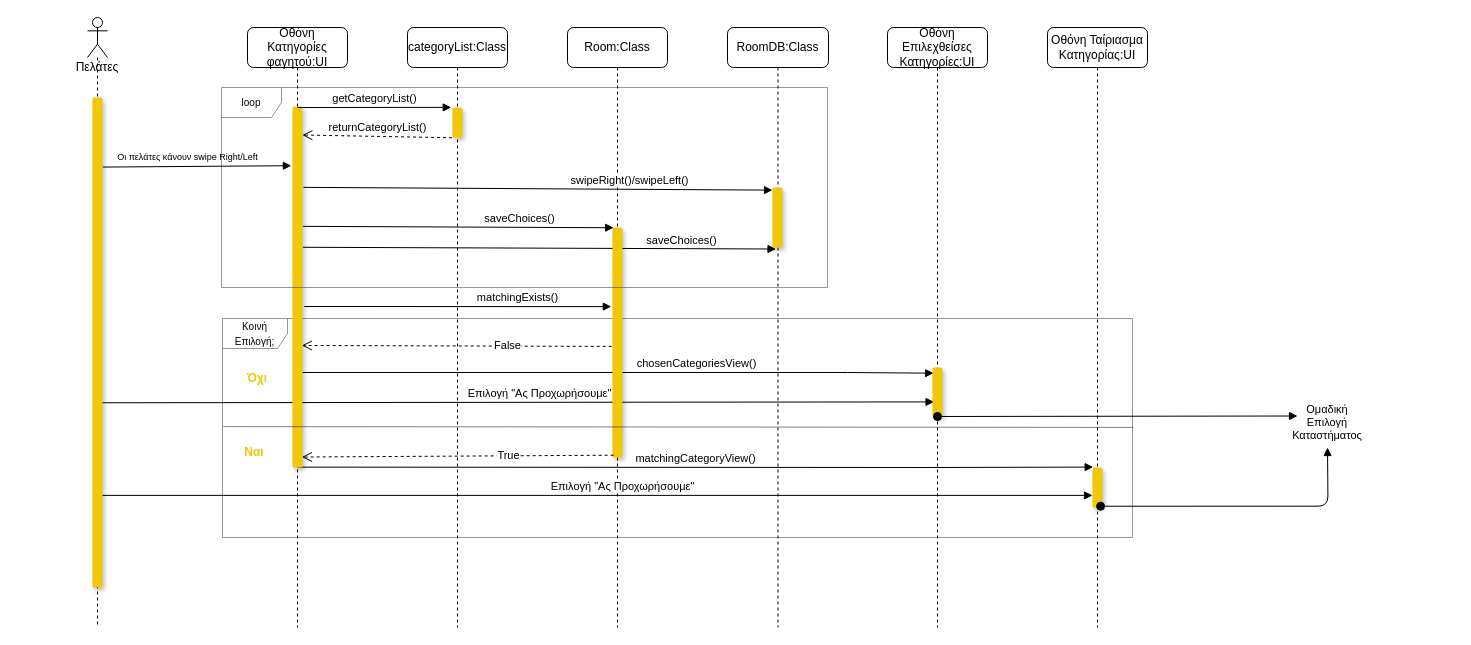
This is docs/contributions/JoannaAgo/Phase_5/Team Choice - Category/Team_Choice_Category_Sequence.drawio from iloudaros/nomnomr, a draw.io file, before an edit. Source tidied: cells renumbered, new cells numbered last; positions are measured from the earlier drawing's top-left corner, leaving out a move shared by most shapes. Both pictures are drawn from the tidied source at 100%, with x=0, y=0 at pixel (87, 17).
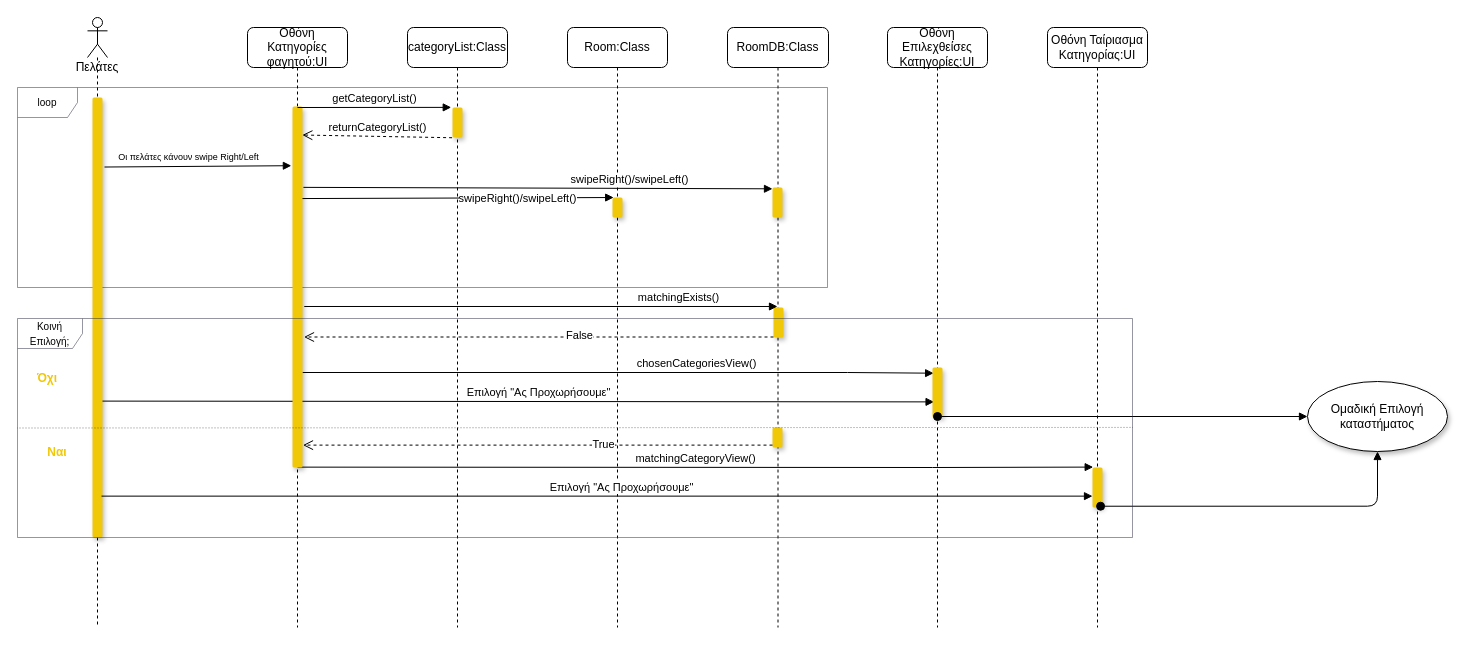
The same page after the edit.

The change refers to these unchanged cells:
```xml
<mxCell id="10" style="html=1;points=[];perimeter=orthogonalPerimeter;rounded=1;shadow=1;fillColor=#F0C808;strokeColor=none;" parent="9" vertex="1">
  <mxGeometry x="45" y="79" width="10" height="361" as="geometry" />
</mxCell>
<mxCell id="13" value="Room:Class" style="shape=umlLifeline;perimeter=lifelinePerimeter;whiteSpace=wrap;html=1;rounded=1;shadow=0;fillColor=#FFFFFF;" parent="1" vertex="1">
  <mxGeometry x="480" y="10" width="100" height="600" as="geometry" />
</mxCell>
<mxCell id="16" style="html=1;points=[];perimeter=orthogonalPerimeter;rounded=1;shadow=1;fillColor=#F0C808;strokeColor=none;" parent="15" vertex="1">
  <mxGeometry x="45" y="340" width="10" height="50" as="geometry" />
</mxCell>
<mxCell id="19" value="Πελάτες" style="shape=umlLifeline;participant=umlActor;perimeter=lifelinePerimeter;whiteSpace=wrap;html=1;verticalAlign=top;spacingTop=36;" parent="1" vertex="1">
  <mxGeometry width="20" height="610" as="geometry" />
</mxCell>
<mxCell id="22" style="html=1;points=[];perimeter=orthogonalPerimeter;rounded=1;shadow=1;fillColor=#F0C808;strokeColor=none;" parent="21" vertex="1">
  <mxGeometry x="45" y="440" width="10" height="40" as="geometry" />
</mxCell>
```

Diff of the diagram source:
```diff
@@
-    <mxCell id="2" value="&lt;font style=&quot;font-size: 10px;&quot;&gt;Κοινή Επιλογή;&lt;/font&gt;" style="shape=umlFrame;whiteSpace=wrap;html=1;rounded=1;shadow=0;sketch=0;fillColor=#FFFFFF;strokeWidth=0.5;strokeColor=#2B2D42;width=65;height=30;" parent="1" vertex="1">
-      <mxGeometry x="135" y="301" width="910" height="219" as="geometry" />
-    </mxCell>
+    <mxCell id="25" value="RoomDB:Class" style="shape=umlLifeline;perimeter=lifelinePerimeter;whiteSpace=wrap;html=1;outlineConnect=0;rounded=1;shadow=0;fillColor=#FFFFFF;" parent="1" vertex="1">
+      <mxGeometry x="640" y="10" width="101" height="600" as="geometry" />
+    </mxCell>
+    <mxCell id="26" style="html=1;points=[];perimeter=orthogonalPerimeter;rounded=1;shadow=1;fillColor=#F0C808;strokeColor=none;" parent="25" vertex="1">
+      <mxGeometry x="45" y="160" width="10" height="30" as="geometry" />
+    </mxCell>
+    <mxCell id="39" style="html=1;perimeter=orthogonalPerimeter;rounded=1;shadow=1;fillColor=#F0C808;strokeColor=none;" parent="25" vertex="1">
+      <mxGeometry x="46" y="280" width="10" height="30" as="geometry" />
+    </mxCell>
+    <mxCell id="40" style="html=1;points=[];perimeter=orthogonalPerimeter;rounded=1;shadow=1;fillColor=#F0C808;strokeColor=none;" parent="25" vertex="1">
+      <mxGeometry x="45" y="400" width="10" height="20" as="geometry" />
+    </mxCell>
+    <mxCell id="27" value="loop" style="shape=umlFrame;whiteSpace=wrap;html=1;rounded=0;shadow=0;fontSize=10;strokeColor=#2B2D42;strokeWidth=0.5;fillColor=#FFFFFF;" parent="25" vertex="1">
+      <mxGeometry x="-710" y="60" width="810" height="200" as="geometry" />
+    </mxCell>
@@
-    <mxCell id="4" value="&lt;font style=&quot;font-size: 11px;&quot;&gt;&amp;nbsp;Επιλογή &quot;Ας Προχωρήσουμε&quot;&amp;nbsp;&lt;/font&gt;" style="html=1;verticalAlign=bottom;endArrow=block;rounded=0;entryX=0.157;entryY=0.688;entryDx=0;entryDy=0;entryPerimeter=0;exitX=0.98;exitY=0.623;exitDx=0;exitDy=0;exitPerimeter=0;" parent="1" edge="1" source="20" target="16">
+    <mxCell id="4" value="&lt;font style=&quot;font-size: 11px;&quot;&gt;&amp;nbsp;Επιλογή &quot;Ας Προχωρήσουμε&quot;&amp;nbsp;&lt;/font&gt;" style="html=1;verticalAlign=bottom;endArrow=block;rounded=0;entryX=0.157;entryY=0.688;entryDx=0;entryDy=0;entryPerimeter=0;exitX=0.9;exitY=0.69;exitDx=0;exitDy=0;exitPerimeter=0;" parent="1" edge="1" source="20" target="16">
       <mxGeometry x="0.05" relative="1" as="geometry" />
     </mxCell>
@@
-    <mxCell id="6" value="saveChoices()" style="html=1;verticalAlign=bottom;endArrow=block;rounded=0;exitX=1.059;exitY=0.39;exitDx=0;exitDy=0;exitPerimeter=0;entryX=0.353;entryY=1.025;entryDx=0;entryDy=0;entryPerimeter=0;" parent="1" edge="1" source="10" target="26">
-      <mxGeometry x="0.6" y="-1" relative="1" as="geometry" />
-    </mxCell>
-    <mxCell id="7" value="saveChoices()" style="html=1;verticalAlign=bottom;endArrow=block;rounded=0;entryX=0.118;entryY=0.001;entryDx=0;entryDy=0;entryPerimeter=0;exitX=1.059;exitY=0.332;exitDx=0;exitDy=0;exitPerimeter=0;" parent="1" edge="1" source="10" target="14">
-      <mxGeometry x="0.39" relative="1" as="geometry" />
+    <mxCell id="7" value="swipeRight()/swipeLeft()" style="html=1;verticalAlign=bottom;endArrow=block;rounded=0;entryX=0.118;entryY=0.001;entryDx=0;entryDy=0;entryPerimeter=0;exitX=0.95;exitY=0.255;exitDx=0;exitDy=0;exitPerimeter=0;" parent="1" edge="1" source="10" target="14">
+      <mxGeometry x="0.38" y="-10" relative="1" as="geometry" />
     </mxCell>
-    <mxCell id="8" value="&lt;font style=&quot;font-size: 9px;&quot;&gt;Οι πελάτες κάνουν swipe Right/Left&lt;/font&gt;" style="html=1;verticalAlign=bottom;endArrow=block;rounded=0;exitX=1.04;exitY=0.142;exitDx=0;exitDy=0;exitPerimeter=0;entryX=-0.114;entryY=0.164;entryDx=0;entryDy=0;entryPerimeter=0;" parent="1" edge="1" source="20" target="10">
+    <mxCell id="8" value="&lt;font style=&quot;font-size: 9px;&quot;&gt;Οι πελάτες κάνουν swipe Right/Left&lt;/font&gt;" style="html=1;verticalAlign=bottom;endArrow=block;rounded=0;exitX=1.2;exitY=0.158;exitDx=0;exitDy=0;exitPerimeter=0;entryX=-0.114;entryY=0.164;entryDx=0;entryDy=0;entryPerimeter=0;" parent="1" edge="1" source="20" target="10">
       <mxGeometry x="-0.1" y="1" relative="1" as="geometry" />
     </mxCell>
@@
     <mxCell id="14" style="html=1;points=[];perimeter=orthogonalPerimeter;rounded=1;shadow=1;fillColor=#F0C808;strokeColor=none;" parent="13" vertex="1">
-      <mxGeometry x="45" y="200" width="10" height="230" as="geometry" />
+      <mxGeometry x="45" y="170" width="10" height="20" as="geometry" />
     </mxCell>
@@
     <mxCell id="20" style="html=1;points=[];perimeter=orthogonalPerimeter;strokeColor=none;fillColor=#F0C808;shadow=1;rounded=1;" parent="19" vertex="1">
-      <mxGeometry x="5" y="80" width="10" height="490" as="geometry" />
+      <mxGeometry x="5" y="80" width="10" height="440" as="geometry" />
     </mxCell>
@@
-    <mxCell id="23" style="html=1;verticalAlign=bottom;startArrow=oval;startFill=1;endArrow=block;startSize=8;rounded=0;entryX=0;entryY=0.25;entryDx=0;entryDy=0;" parent="1" edge="1">
+    <mxCell id="23" style="html=1;verticalAlign=bottom;startArrow=oval;startFill=1;endArrow=block;startSize=8;rounded=0;entryX=0;entryY=0.5;entryDx=0;entryDy=0;" parent="1" edge="1" target="41">
       <mxGeometry relative="1" as="geometry">
         <mxPoint x="850" y="399" as="sourcePoint" />
-        <mxPoint x="1210" y="398.5" as="targetPoint" />
       </mxGeometry>
     </mxCell>
@@
-    <mxCell id="25" value="RoomDB:Class" style="shape=umlLifeline;perimeter=lifelinePerimeter;whiteSpace=wrap;html=1;outlineConnect=0;rounded=1;shadow=0;fillColor=#FFFFFF;" parent="1" vertex="1">
-      <mxGeometry x="640" y="10" width="101" height="600" as="geometry" />
-    </mxCell>
-    <mxCell id="26" style="html=1;points=[];perimeter=orthogonalPerimeter;rounded=1;shadow=1;fillColor=#F0C808;strokeColor=none;" parent="25" vertex="1">
-      <mxGeometry x="45" y="160" width="10" height="60" as="geometry" />
-    </mxCell>
-    <mxCell id="27" value="loop" style="shape=umlFrame;whiteSpace=wrap;html=1;rounded=0;shadow=0;fontSize=10;strokeColor=#2B2D42;strokeWidth=0.5;fillColor=#FFFFFF;" parent="25" vertex="1">
-      <mxGeometry x="-506" y="60" width="606" height="200" as="geometry" />
-    </mxCell>
-    <mxCell id="28" style="html=1;verticalAlign=bottom;endArrow=open;dashed=1;endSize=8;rounded=0;entryX=0.941;entryY=0.662;entryDx=0;entryDy=0;entryPerimeter=0;exitX=-0.079;exitY=0.517;exitDx=0;exitDy=0;exitPerimeter=0;" parent="1" edge="1" source="14" target="10">
-      <mxGeometry relative="1" as="geometry" />
+    <mxCell id="28" style="html=1;verticalAlign=bottom;endArrow=open;dashed=1;endSize=8;rounded=0;entryX=1.15;entryY=0.619;entryDx=0;entryDy=0;entryPerimeter=0;" parent="1" edge="1">
+      <mxGeometry relative="1" as="geometry">
+        <mxPoint x="686" y="319.5" as="sourcePoint" />
+        <mxPoint x="216.5" y="319.5" as="targetPoint" />
+      </mxGeometry>
     </mxCell>
     <mxCell id="29" value="False" style="edgeLabel;html=1;align=center;verticalAlign=middle;fontSize=11;" parent="28" vertex="1">
       <mxGeometry x="-0.18" y="-1" relative="1" as="geometry">
-        <mxPoint x="22" as="offset" />
+        <mxPoint x="-3" y="-1" as="offset" />
       </mxGeometry>
     </mxCell>
-    <mxCell id="30" value="matchingExists()" style="html=1;verticalAlign=bottom;endArrow=block;rounded=0;exitX=1.176;exitY=0.554;exitDx=0;exitDy=0;exitPerimeter=0;entryX=-0.118;entryY=0.344;entryDx=0;entryDy=0;entryPerimeter=0;" parent="1" edge="1" source="10" target="14">
-      <mxGeometry x="0.39" relative="1" as="geometry" />
+    <mxCell id="30" value="matchingExists()" style="html=1;verticalAlign=bottom;endArrow=block;rounded=0;exitX=1.176;exitY=0.554;exitDx=0;exitDy=0;exitPerimeter=0;" parent="1" edge="1" source="10" target="25">
+      <mxGeometry x="0.58" relative="1" as="geometry" />
     </mxCell>
-    <mxCell id="31" style="endArrow=none;html=1;rounded=0;fontSize=10;strokeWidth=0.5;entryX=1.001;entryY=0.447;entryDx=0;entryDy=0;entryPerimeter=0;exitX=0.001;exitY=0.444;exitDx=0;exitDy=0;exitPerimeter=0;" parent="1" edge="1">
+    <mxCell id="31" style="endArrow=none;html=1;rounded=0;fontSize=10;strokeWidth=0.5;entryX=1.001;entryY=0.447;entryDx=0;entryDy=0;entryPerimeter=0;exitX=0;exitY=0.5;exitDx=0;exitDy=0;exitPerimeter=0;dashed=1;dashPattern=1 2;" parent="1" edge="1" source="2">
       <mxGeometry relative="1" as="geometry">
-        <mxPoint x="135.9" y="409.1" as="sourcePoint" />
         <mxPoint x="1045.9" y="409.9" as="targetPoint" />
       </mxGeometry>
     </mxCell>
-    <mxCell id="32" value="&lt;font style=&quot;font-size: 11px;&quot;&gt;&amp;nbsp;Επιλογή &quot;Ας Προχωρήσουμε&quot;&amp;nbsp;&lt;/font&gt;" style="html=1;verticalAlign=bottom;endArrow=block;rounded=0;exitX=1.007;exitY=0.812;exitDx=0;exitDy=0;exitPerimeter=0;" parent="1" edge="1" source="20" target="22">
+    <mxCell id="32" value="&lt;font style=&quot;font-size: 11px;&quot;&gt;&amp;nbsp;Επιλογή &quot;Ας Προχωρήσουμε&quot;&amp;nbsp;&lt;/font&gt;" style="html=1;verticalAlign=bottom;endArrow=block;rounded=0;exitX=0.9;exitY=0.906;exitDx=0;exitDy=0;exitPerimeter=0;" parent="1" edge="1" source="20" target="22">
       <mxGeometry x="0.05" relative="1" as="geometry" />
     </mxCell>
-    <mxCell id="33" style="html=1;verticalAlign=bottom;startArrow=oval;startFill=1;endArrow=block;startSize=8;rounded=1;exitX=0.809;exitY=0.968;exitDx=0;exitDy=0;exitPerimeter=0;edgeStyle=orthogonalEdgeStyle;" parent="1" edge="1" source="22">
-      <mxGeometry relative="1" as="geometry">
-        <mxPoint x="1240" y="430" as="targetPoint" />
-      </mxGeometry>
+    <mxCell id="33" style="html=1;verticalAlign=bottom;startArrow=oval;startFill=1;endArrow=block;startSize=8;rounded=1;exitX=0.809;exitY=0.968;exitDx=0;exitDy=0;exitPerimeter=0;edgeStyle=orthogonalEdgeStyle;entryX=0.5;entryY=1;entryDx=0;entryDy=0;" parent="1" edge="1" source="22" target="41">
+      <mxGeometry relative="1" as="geometry" />
     </mxCell>
     <mxCell id="34" value="&lt;b&gt;&lt;font style=&quot;font-size: 12px;&quot; color=&quot;#f0c808&quot;&gt;Όχι&lt;/font&gt;&lt;/b&gt;" style="text;html=1;strokeColor=none;fillColor=none;align=center;verticalAlign=middle;whiteSpace=wrap;rounded=0;shadow=0;fontSize=10;" parent="1" vertex="1">
-      <mxGeometry x="140" y="346" width="60" height="30" as="geometry" />
+      <mxGeometry x="-70" y="346" width="60" height="30" as="geometry" />
     </mxCell>
     <mxCell id="35" value="&lt;b&gt;&lt;font style=&quot;font-size: 12px;&quot; color=&quot;#f0c808&quot;&gt;Ναι&lt;/font&gt;&lt;/b&gt;" style="text;html=1;strokeColor=none;fillColor=none;align=center;verticalAlign=middle;whiteSpace=wrap;rounded=0;shadow=0;fontSize=10;" parent="1" vertex="1">
-      <mxGeometry x="137" y="420" width="60" height="30" as="geometry" />
+      <mxGeometry x="-60" y="420" width="60" height="30" as="geometry" />
     </mxCell>
-    <mxCell id="36" value="&lt;span style=&quot;font-size: 11px;&quot;&gt;Ομαδική Επιλογή Καταστήματος&lt;/span&gt;" style="text;html=1;strokeColor=none;fillColor=none;align=center;verticalAlign=middle;whiteSpace=wrap;rounded=0;shadow=0;fontSize=10;" parent="1" vertex="1">
-      <mxGeometry x="1210" y="390" width="60" height="30" as="geometry" />
-    </mxCell>
-    <mxCell id="37" style="html=1;verticalAlign=bottom;endArrow=open;dashed=1;endSize=8;rounded=0;entryX=0.941;entryY=0.971;entryDx=0;entryDy=0;entryPerimeter=0;exitX=0.118;exitY=0.99;exitDx=0;exitDy=0;exitPerimeter=0;" parent="1" edge="1" source="14" target="10">
+    <mxCell id="37" style="html=1;verticalAlign=bottom;endArrow=open;dashed=1;endSize=8;rounded=0;entryX=1.05;entryY=0.938;entryDx=0;entryDy=0;entryPerimeter=0;" parent="1" edge="1" source="40" target="10">
       <mxGeometry relative="1" as="geometry" />
     </mxCell>
@@
+    <mxCell id="41" value="Ομαδική Επιλογή καταστήματος" style="ellipse;whiteSpace=wrap;html=1;shadow=1;" parent="1" vertex="1">
+      <mxGeometry x="1220" y="364" width="140" height="70" as="geometry" />
+    </mxCell>
+    <mxCell id="2" value="&lt;font style=&quot;font-size: 10px;&quot;&gt;Κοινή Επιλογή;&lt;/font&gt;" style="shape=umlFrame;whiteSpace=wrap;html=1;rounded=1;shadow=0;sketch=0;fillColor=#FFFFFF;strokeWidth=0.5;strokeColor=#2B2D42;width=65;height=30;" parent="1" vertex="1">
+      <mxGeometry x="-70" y="301" width="1115" height="219" as="geometry" />
+    </mxCell>
```
